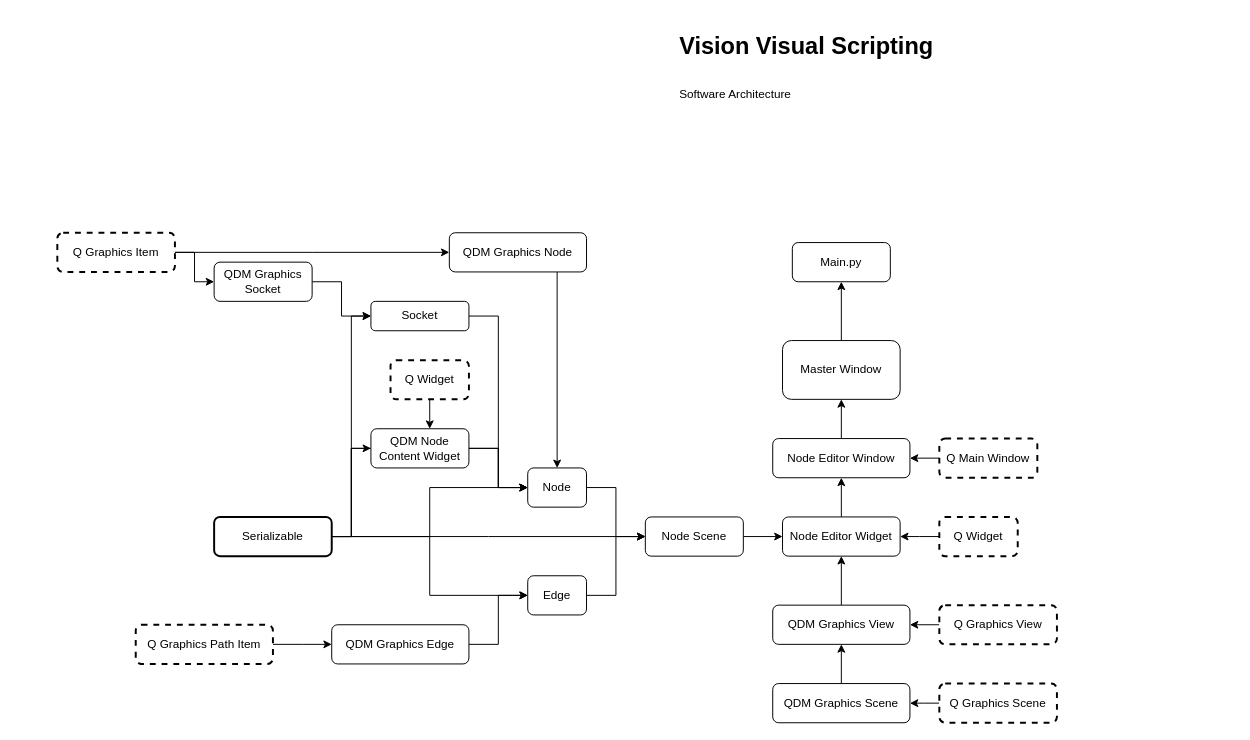
Sheriff99yt/Vision_Visual_Scripting keeps this draw.io diagram as VVS Architecture.drawio. Above is the earlier version. Source tidied: cells renumbered, new cells numbered last; positions are measured from the earlier drawing's top-left corner, leaving out a move shared by most shapes. Both pictures are drawn from the tidied source at 98%, with x=0, y=0 at pixel (57, 26).
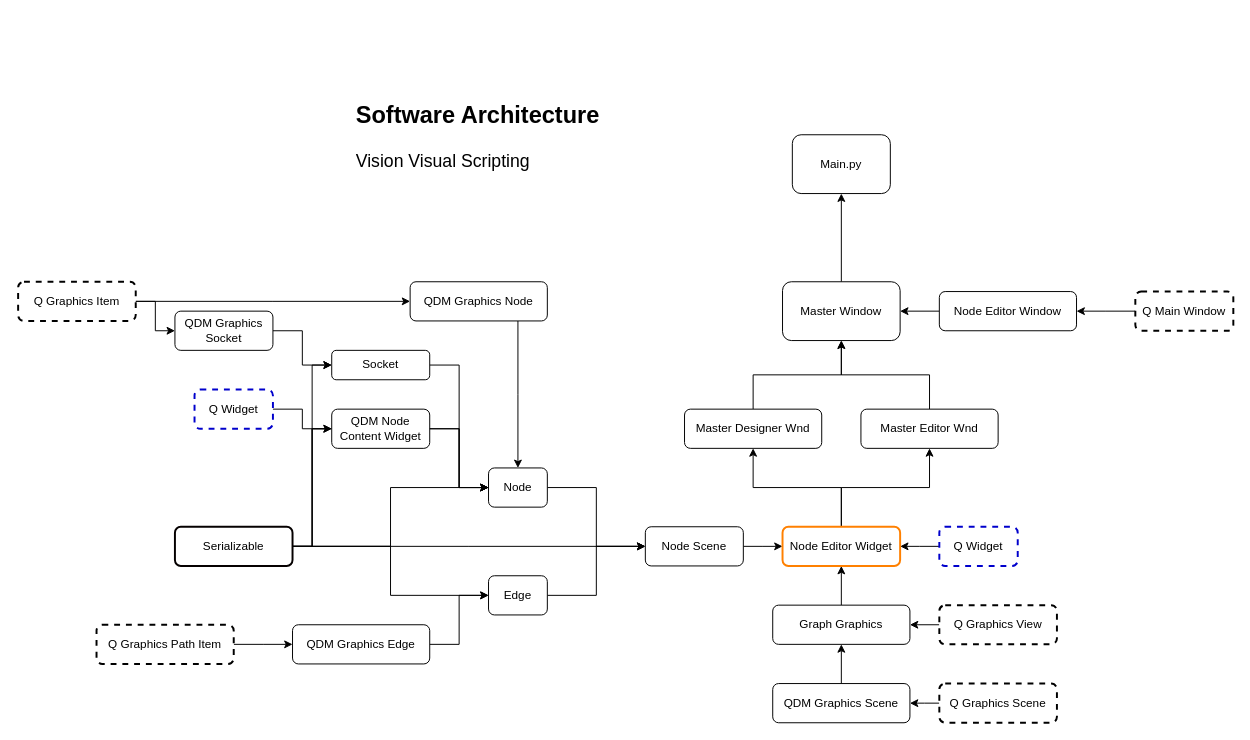
Above is the later version.

Diff of the diagram source:
```diff
@@
-    <mxCell id="2" value="&lt;h1&gt;&lt;span&gt;Vision Visual Scripting&lt;/span&gt;&lt;/h1&gt;&lt;h1&gt;&lt;span style=&quot;font-size: 12px ; font-weight: normal&quot;&gt;Software Architecture&lt;/span&gt;&lt;br&gt;&lt;/h1&gt;" style="text;html=1;strokeColor=none;fillColor=none;spacing=5;spacingTop=-20;whiteSpace=wrap;overflow=hidden;rounded=0;strokeWidth=1;" parent="1" vertex="1">
-      <mxGeometry x="630" width="340" height="110" as="geometry" />
+    <mxCell id="2" value="&lt;h1&gt;Software Architecture&amp;nbsp;&lt;/h1&gt;&lt;h1&gt;&lt;font style=&quot;font-size: 18px ; font-weight: normal&quot;&gt;Vision Visual Scripting&lt;/font&gt;&lt;/h1&gt;" style="text;html=1;strokeColor=none;fillColor=none;spacing=5;spacingTop=-20;whiteSpace=wrap;overflow=hidden;rounded=0;strokeWidth=1;" parent="1" vertex="1">
+      <mxGeometry x="300" y="70" width="340" height="110" as="geometry" />
     </mxCell>
@@
     <mxCell id="4" value="Main.py" style="rounded=1;whiteSpace=wrap;html=1;strokeWidth=1;" parent="1" vertex="1">
-      <mxGeometry x="750" y="220" width="100" height="40" as="geometry" />
+      <mxGeometry x="750" y="110" width="100" height="60" as="geometry" />
     </mxCell>
@@
     <mxCell id="6" value="Master Window" style="whiteSpace=wrap;html=1;rounded=1;strokeWidth=1;" parent="1" vertex="1">
-      <mxGeometry x="740" y="320" width="120" height="60" as="geometry" />
+      <mxGeometry x="740" y="260" width="120" height="60" as="geometry" />
     </mxCell>
-    <mxCell id="7" style="rounded=0;jettySize=auto;html=1;startArrow=classic;startFill=1;endArrow=none;endFill=0;strokeWidth=1;" parent="1" edge="1" source="9" target="10">
+    <mxCell id="7" style="rounded=0;jettySize=auto;html=1;startArrow=classic;startFill=1;endArrow=none;endFill=0;strokeWidth=1;edgeStyle=elbowEdgeStyle;" parent="1" edge="1" source="9" target="10">
       <mxGeometry relative="1" as="geometry" />
     </mxCell>
-    <mxCell id="8" style="rounded=0;jettySize=auto;html=1;startArrow=classic;startFill=1;endArrow=none;endFill=0;strokeWidth=1;" parent="1" edge="1" source="9" target="14">
-      <mxGeometry relative="1" as="geometry" />
-    </mxCell>
     <mxCell id="9" value="Node Editor Window" style="whiteSpace=wrap;html=1;rounded=1;strokeWidth=1;" parent="1" vertex="1">
-      <mxGeometry x="730" y="420" width="140" height="40" as="geometry" />
+      <mxGeometry x="900" y="270" width="140" height="40" as="geometry" />
     </mxCell>
     <mxCell id="10" value="Q Main Window" style="whiteSpace=wrap;html=1;rounded=1;strokeWidth=2;dashed=1;" parent="1" vertex="1">
-      <mxGeometry x="900" y="420" width="100" height="40" as="geometry" />
+      <mxGeometry x="1100" y="270" width="100" height="40" as="geometry" />
     </mxCell>
@@
+    <mxCell id="53" style="edgeStyle=elbowEdgeStyle;rounded=0;jettySize=auto;elbow=vertical;html=1;fontSize=18;endArrow=classic;endFill=1;" parent="1" edge="1" source="14" target="58">
+      <mxGeometry relative="1" as="geometry" />
+    </mxCell>
+    <mxCell id="54" style="edgeStyle=elbowEdgeStyle;rounded=0;jettySize=auto;elbow=vertical;html=1;fontSize=18;endArrow=classic;endFill=1;" parent="1" edge="1" source="14" target="56">
+      <mxGeometry relative="1" as="geometry" />
+    </mxCell>
-    <mxCell id="14" value="Node Editor Widget" style="whiteSpace=wrap;html=1;rounded=1;strokeWidth=1;" parent="1" vertex="1">
-      <mxGeometry x="740" y="500" width="120" height="40" as="geometry" />
+    <mxCell id="14" value="Node Editor Widget" style="whiteSpace=wrap;html=1;rounded=1;strokeWidth=2;strokeColor=#FF8000;" parent="1" vertex="1">
+      <mxGeometry x="740" y="510" width="120" height="40" as="geometry" />
     </mxCell>
-    <mxCell id="15" value="Q Widget" style="whiteSpace=wrap;html=1;rounded=1;strokeWidth=2;dashed=1;" parent="1" vertex="1">
-      <mxGeometry x="340" y="340" width="80" height="40" as="geometry" />
+    <mxCell id="15" value="Q Widget" style="whiteSpace=wrap;html=1;rounded=1;strokeWidth=2;dashed=1;strokeColor=#0000CC;" parent="1" vertex="1">
+      <mxGeometry x="140" y="370" width="80" height="40" as="geometry" />
     </mxCell>
@@
     <mxCell id="18" value="Node Scene" style="whiteSpace=wrap;html=1;rounded=1;strokeWidth=1;" parent="1" vertex="1">
-      <mxGeometry x="600" y="500" width="100" height="40" as="geometry" />
+      <mxGeometry x="600" y="510" width="100" height="40" as="geometry" />
     </mxCell>
@@
-    <mxCell id="21" value="QDM Graphics View" style="whiteSpace=wrap;html=1;rounded=1;strokeWidth=1;" parent="1" vertex="1">
+    <mxCell id="21" value="Graph Graphics" style="whiteSpace=wrap;html=1;rounded=1;strokeWidth=1;" parent="1" vertex="1">
       <mxGeometry x="730" y="590" width="140" height="40" as="geometry" />
     </mxCell>
     <mxCell id="22" value="Serializable" style="whiteSpace=wrap;html=1;rounded=1;strokeWidth=2;strokeColor=#050000;" parent="1" vertex="1">
-      <mxGeometry x="160" y="500" width="120" height="40" as="geometry" />
+      <mxGeometry x="120" y="510" width="120" height="40" as="geometry" />
     </mxCell>
@@
     <mxCell id="31" value="Node" style="whiteSpace=wrap;html=1;rounded=1;strokeWidth=1;" parent="1" vertex="1">
-      <mxGeometry x="480" y="450" width="60" height="40" as="geometry" />
+      <mxGeometry x="440" y="450" width="60" height="40" as="geometry" />
     </mxCell>
@@
     <mxCell id="33" value="QDM Graphics Node" style="rounded=1;whiteSpace=wrap;html=1;strokeWidth=1;" parent="1" vertex="1">
-      <mxGeometry x="400" y="210" width="140" height="40" as="geometry" />
+      <mxGeometry x="360" y="260" width="140" height="40" as="geometry" />
     </mxCell>
@@
     <mxCell id="38" value="Socket" style="rounded=1;whiteSpace=wrap;html=1;strokeWidth=1;" parent="1" vertex="1">
-      <mxGeometry x="320" y="280" width="100" height="30" as="geometry" />
+      <mxGeometry x="280" y="330" width="100" height="30" as="geometry" />
     </mxCell>
     <mxCell id="39" value="Q Graphics Item" style="whiteSpace=wrap;html=1;rounded=1;strokeWidth=2;dashed=1;" parent="1" vertex="1">
-      <mxGeometry y="210" width="120" height="40" as="geometry" />
+      <mxGeometry x="-40" y="260" width="120" height="40" as="geometry" />
     </mxCell>
@@
     <mxCell id="41" value="QDM Graphics Socket" style="whiteSpace=wrap;html=1;rounded=1;strokeWidth=1;" parent="1" vertex="1">
-      <mxGeometry x="160" y="240" width="100" height="40" as="geometry" />
+      <mxGeometry x="120" y="290" width="100" height="40" as="geometry" />
     </mxCell>
@@
     <mxCell id="45" value="Edge" style="whiteSpace=wrap;html=1;rounded=1;strokeWidth=1;" parent="1" vertex="1">
-      <mxGeometry x="480" y="560" width="60" height="40" as="geometry" />
+      <mxGeometry x="440" y="560" width="60" height="40" as="geometry" />
     </mxCell>
@@
     <mxCell id="47" value="QDM Graphics Edge" style="whiteSpace=wrap;html=1;rounded=1;strokeWidth=1;" parent="1" vertex="1">
-      <mxGeometry x="280" y="610" width="140" height="40" as="geometry" />
+      <mxGeometry x="240" y="610" width="140" height="40" as="geometry" />
     </mxCell>
     <mxCell id="48" value="Q Graphics Path Item" style="whiteSpace=wrap;html=1;rounded=1;strokeWidth=2;dashed=1;" parent="1" vertex="1">
-      <mxGeometry x="80" y="610" width="140" height="40" as="geometry" />
+      <mxGeometry x="40" y="610" width="140" height="40" as="geometry" />
     </mxCell>
-    <mxCell id="49" value="Q Widget" style="whiteSpace=wrap;html=1;rounded=1;strokeWidth=2;dashed=1;" parent="1" vertex="1">
-      <mxGeometry x="900" y="500" width="80" height="40" as="geometry" />
+    <mxCell id="49" value="Q Widget" style="whiteSpace=wrap;html=1;rounded=1;strokeWidth=2;dashed=1;strokeColor=#0000CC;" parent="1" vertex="1">
+      <mxGeometry x="900" y="510" width="80" height="40" as="geometry" />
     </mxCell>
     <mxCell id="50" value="QDM Node Content Widget" style="rounded=1;whiteSpace=wrap;html=1;strokeWidth=1;" parent="1" vertex="1">
-      <mxGeometry x="320" y="410" width="100" height="40" as="geometry" />
+      <mxGeometry x="280" y="390" width="100" height="40" as="geometry" />
     </mxCell>
@@
+    <mxCell id="55" style="edgeStyle=elbowEdgeStyle;rounded=0;jettySize=auto;html=1;endArrow=classic;endFill=1;elbow=vertical;" parent="1" edge="1" source="56" target="6">
+      <mxGeometry relative="1" as="geometry" />
+    </mxCell>
+    <mxCell id="56" value="Master Editor Wnd" style="rounded=1;whiteSpace=wrap;html=1;" parent="1" vertex="1">
+      <mxGeometry x="820" y="390" width="140" height="40" as="geometry" />
+    </mxCell>
+    <mxCell id="57" style="edgeStyle=elbowEdgeStyle;rounded=0;jettySize=auto;html=1;fontSize=18;endArrow=classic;endFill=1;elbow=vertical;" parent="1" edge="1" source="58" target="6">
+      <mxGeometry relative="1" as="geometry" />
+    </mxCell>
+    <mxCell id="58" value="Master Designer Wnd" style="rounded=1;whiteSpace=wrap;html=1;" parent="1" vertex="1">
+      <mxGeometry x="640" y="390" width="140" height="40" as="geometry" />
+    </mxCell>
```
